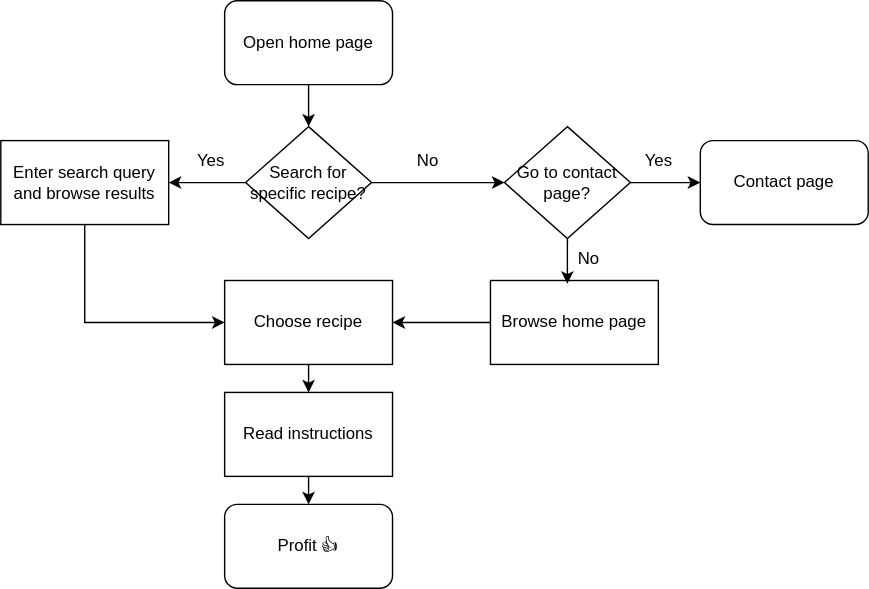
The draw.io diagram design/flowchart.svg in Spoorloos/m8_prog_wordpress, before a commit. Source tidied: cells renumbered, new cells last; positions are measured from the earlier drawing's top-left corner, leaving out a move shared by most shapes.
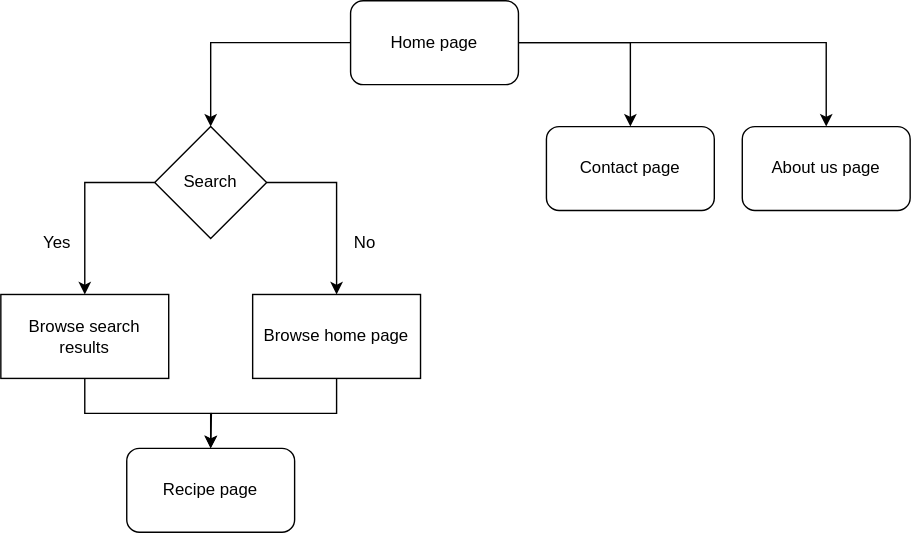
The same file after the commit.

What changed in the source:
```diff
@@ -2,75 +2,55 @@
   <root>
     <mxCell id="0" />
     <mxCell id="1" parent="0" />
-    <mxCell id="2" value="Open home page" style="rounded=1;whiteSpace=wrap;html=1;" parent="1" vertex="1">
-      <mxGeometry x="160" width="120" height="60" as="geometry" />
-    </mxCell>
-    <mxCell id="3" value="Search for specific recipe?" style="rhombus;whiteSpace=wrap;html=1;" parent="1" vertex="1">
-      <mxGeometry x="175" y="90" width="90" height="80" as="geometry" />
-    </mxCell>
-    <mxCell id="4" style="endArrow=classic;html=1;rounded=0;exitX=0.5;exitY=1;exitDx=0;exitDy=0;entryX=0.5;entryY=0;entryDx=0;entryDy=0;" parent="1" edge="1" source="2" target="3">
-      <mxGeometry relative="1" as="geometry" />
-    </mxCell>
-    <mxCell id="5" style="endArrow=classic;html=1;rounded=0;exitX=1;exitY=0.5;exitDx=0;exitDy=0;entryX=0;entryY=0.5;entryDx=0;entryDy=0;" parent="1" edge="1" source="3" target="19">
-      <mxGeometry relative="1" as="geometry" />
-    </mxCell>
+    <mxCell id="24" style="edgeStyle=orthogonalEdgeStyle;rounded=0;jettySize=auto;html=1;exitX=0;exitY=0.5;exitDx=0;exitDy=0;entryX=0.5;entryY=0;entryDx=0;entryDy=0;" parent="1" edge="1" source="27" target="30">
+      <mxGeometry relative="1" as="geometry" />
+    </mxCell>
+    <mxCell id="25" style="edgeStyle=orthogonalEdgeStyle;rounded=0;jettySize=auto;html=1;exitX=1;exitY=0.5;exitDx=0;exitDy=0;entryX=0.5;entryY=0;entryDx=0;entryDy=0;" parent="1" edge="1" source="27" target="22">
+      <mxGeometry relative="1" as="geometry" />
+    </mxCell>
+    <mxCell id="26" style="edgeStyle=orthogonalEdgeStyle;rounded=0;jettySize=auto;html=1;exitX=1;exitY=0.5;exitDx=0;exitDy=0;entryX=0.5;entryY=0;entryDx=0;entryDy=0;" parent="1" edge="1" source="27" target="33">
+      <mxGeometry relative="1" as="geometry" />
+    </mxCell>
+    <mxCell id="27" value="&lt;div&gt;Home page&lt;/div&gt;" style="rounded=1;whiteSpace=wrap;html=1;" parent="1" vertex="1">
+      <mxGeometry x="240" y="20" width="120" height="60" as="geometry" />
+    </mxCell>
+    <mxCell id="28" style="edgeStyle=orthogonalEdgeStyle;rounded=0;jettySize=auto;html=1;exitX=1;exitY=0.5;exitDx=0;exitDy=0;entryX=0.5;entryY=0;entryDx=0;entryDy=0;" parent="1" edge="1" source="30" target="6">
+      <mxGeometry relative="1" as="geometry" />
+    </mxCell>
+    <mxCell id="29" style="edgeStyle=orthogonalEdgeStyle;rounded=0;jettySize=auto;html=1;exitX=0;exitY=0.5;exitDx=0;exitDy=0;entryX=0.5;entryY=0;entryDx=0;entryDy=0;" parent="1" edge="1" source="30" target="32">
+      <mxGeometry relative="1" as="geometry" />
+    </mxCell>
+    <mxCell id="30" value="Search" style="rhombus;whiteSpace=wrap;html=1;" parent="1" vertex="1">
+      <mxGeometry x="100" y="110" width="80" height="80" as="geometry" />
+    </mxCell>
+    <mxCell id="31" style="edgeStyle=orthogonalEdgeStyle;rounded=0;jettySize=auto;html=1;exitX=0.5;exitY=1;exitDx=0;exitDy=0;entryX=0.5;entryY=0;entryDx=0;entryDy=0;" parent="1" edge="1" source="32" target="35">
+      <mxGeometry relative="1" as="geometry" />
+    </mxCell>
+    <mxCell id="32" value="&lt;div&gt;Browse search&lt;/div&gt;&lt;div&gt;results&lt;/div&gt;" style="rounded=0;whiteSpace=wrap;html=1;" parent="1" vertex="1">
+      <mxGeometry x="-10" y="230" width="120" height="60" as="geometry" />
+    </mxCell>
+    <mxCell id="22" value="Contact page" style="rounded=1;whiteSpace=wrap;html=1;" parent="1" vertex="1">
+      <mxGeometry x="380" y="110" width="120" height="60" as="geometry" />
+    </mxCell>
+    <mxCell id="33" value="&lt;div&gt;About us page&lt;/div&gt;" style="rounded=1;whiteSpace=wrap;html=1;" parent="1" vertex="1">
+      <mxGeometry x="520" y="110" width="120" height="60" as="geometry" />
+    </mxCell>
+    <mxCell id="34" style="edgeStyle=orthogonalEdgeStyle;rounded=0;jettySize=auto;html=1;exitX=0.5;exitY=1;exitDx=0;exitDy=0;" parent="1" edge="1" source="6">
+      <mxGeometry relative="1" as="geometry">
+        <mxPoint x="140" y="340" as="targetPoint" />
+      </mxGeometry>
+    </mxCell>
     <mxCell id="6" value="Browse home page" style="rounded=0;whiteSpace=wrap;html=1;" parent="1" vertex="1">
-      <mxGeometry x="350" y="200" width="120" height="60" as="geometry" />
+      <mxGeometry x="170" y="230" width="120" height="60" as="geometry" />
     </mxCell>
-    <mxCell id="7" value="No" style="text;html=1;align=center;verticalAlign=middle;strokeColor=none;fillColor=none;" parent="1" vertex="1">
-      <mxGeometry x="285" y="100" width="40" height="30" as="geometry" />
-    </mxCell>
-    <mxCell id="8" style="edgeStyle=orthogonalEdgeStyle;rounded=0;jettySize=auto;html=1;exitX=0.5;exitY=1;exitDx=0;exitDy=0;entryX=0;entryY=0.5;entryDx=0;entryDy=0;" parent="1" edge="1" source="9" target="12">
-      <mxGeometry relative="1" as="geometry" />
-    </mxCell>
-    <mxCell id="9" value="Enter search query and browse results" style="rounded=0;whiteSpace=wrap;html=1;" parent="1" vertex="1">
-      <mxGeometry y="100" width="120" height="60" as="geometry" />
-    </mxCell>
-    <mxCell id="10" style="endArrow=classic;html=1;rounded=0;exitX=0;exitY=0.5;exitDx=0;exitDy=0;entryX=1;entryY=0.5;entryDx=0;entryDy=0;" parent="1" edge="1" source="3" target="9">
-      <mxGeometry relative="1" as="geometry" />
-    </mxCell>
-    <mxCell id="11" value="Yes" style="text;html=1;align=center;verticalAlign=middle;strokeColor=none;fillColor=none;" parent="1" vertex="1">
-      <mxGeometry x="130" y="100" width="40" height="30" as="geometry" />
-    </mxCell>
-    <mxCell id="12" value="Choose recipe" style="rounded=0;whiteSpace=wrap;html=1;" parent="1" vertex="1">
-      <mxGeometry x="160" y="200" width="120" height="60" as="geometry" />
-    </mxCell>
-    <mxCell id="13" style="endArrow=classic;html=1;rounded=0;exitX=0.5;exitY=1;exitDx=0;exitDy=0;" parent="1" edge="1" source="12" target="14">
-      <mxGeometry relative="1" as="geometry" />
-    </mxCell>
-    <mxCell id="14" value="Read instructions" style="rounded=0;whiteSpace=wrap;html=1;" parent="1" vertex="1">
-      <mxGeometry x="160" y="280" width="120" height="60" as="geometry" />
-    </mxCell>
-    <mxCell id="15" style="endArrow=classic;html=1;rounded=0;exitX=0.5;exitY=1;exitDx=0;exitDy=0;entryX=0.5;entryY=0;entryDx=0;entryDy=0;" parent="1" edge="1" source="14">
-      <mxGeometry relative="1" as="geometry">
-        <mxPoint x="220" y="360" as="targetPoint" />
-      </mxGeometry>
-    </mxCell>
-    <mxCell id="16" value="&lt;div&gt;Profit 👍&lt;/div&gt;" style="rounded=1;whiteSpace=wrap;html=1;" parent="1" vertex="1">
-      <mxGeometry x="160" y="360" width="120" height="60" as="geometry" />
-    </mxCell>
-    <mxCell id="17" style="endArrow=classic;html=1;rounded=0;entryX=1;entryY=0.5;entryDx=0;entryDy=0;exitX=0;exitY=0.5;exitDx=0;exitDy=0;" parent="1" edge="1" source="6" target="12">
-      <mxGeometry relative="1" as="geometry" />
-    </mxCell>
-    <mxCell id="18" style="edgeStyle=orthogonalEdgeStyle;rounded=0;jettySize=auto;html=1;exitX=1;exitY=0.5;exitDx=0;exitDy=0;" parent="1" edge="1" source="19">
-      <mxGeometry relative="1" as="geometry">
-        <mxPoint x="500" y="130" as="targetPoint" />
-      </mxGeometry>
-    </mxCell>
-    <mxCell id="19" value="Go to contact page?" style="rhombus;whiteSpace=wrap;html=1;" parent="1" vertex="1">
-      <mxGeometry x="360" y="90" width="90" height="80" as="geometry" />
-    </mxCell>
-    <mxCell id="20" style="edgeStyle=orthogonalEdgeStyle;rounded=0;jettySize=auto;html=1;exitX=0.5;exitY=1;exitDx=0;exitDy=0;entryX=0.458;entryY=0.04;entryDx=0;entryDy=0;entryPerimeter=0;" parent="1" edge="1" source="19" target="6">
-      <mxGeometry relative="1" as="geometry" />
-    </mxCell>
-    <mxCell id="21" value="No" style="text;html=1;align=center;verticalAlign=middle;strokeColor=none;fillColor=none;" parent="1" vertex="1">
-      <mxGeometry x="400" y="170" width="40" height="30" as="geometry" />
-    </mxCell>
-    <mxCell id="22" value="&lt;div&gt;Contact page&lt;/div&gt;" style="rounded=1;whiteSpace=wrap;html=1;" parent="1" vertex="1">
-      <mxGeometry x="500" y="100" width="120" height="60" as="geometry" />
-    </mxCell>
-    <mxCell id="23" value="Yes" style="text;html=1;align=center;verticalAlign=middle;strokeColor=none;fillColor=none;" parent="1" vertex="1">
-      <mxGeometry x="450" y="100" width="40" height="30" as="geometry" />
-    </mxCell>
+    <mxCell id="35" value="Recipe page" style="rounded=1;whiteSpace=wrap;html=1;" parent="1" vertex="1">
+      <mxGeometry x="80" y="340" width="120" height="60" as="geometry" />
+    </mxCell>
+    <mxCell id="36" value="No" style="text;html=1;align=center;verticalAlign=middle;strokeColor=none;fillColor=none;" parent="1" vertex="1">
+      <mxGeometry x="230" y="178" width="40" height="30" as="geometry" />
+    </mxCell>
+    <mxCell id="37" value="Yes" style="text;html=1;align=center;verticalAlign=middle;strokeColor=none;fillColor=none;" parent="1" vertex="1">
+      <mxGeometry x="10" y="178" width="40" height="30" as="geometry" />
+    </mxCell>
   </root>
 </mxGraphModel>
```
